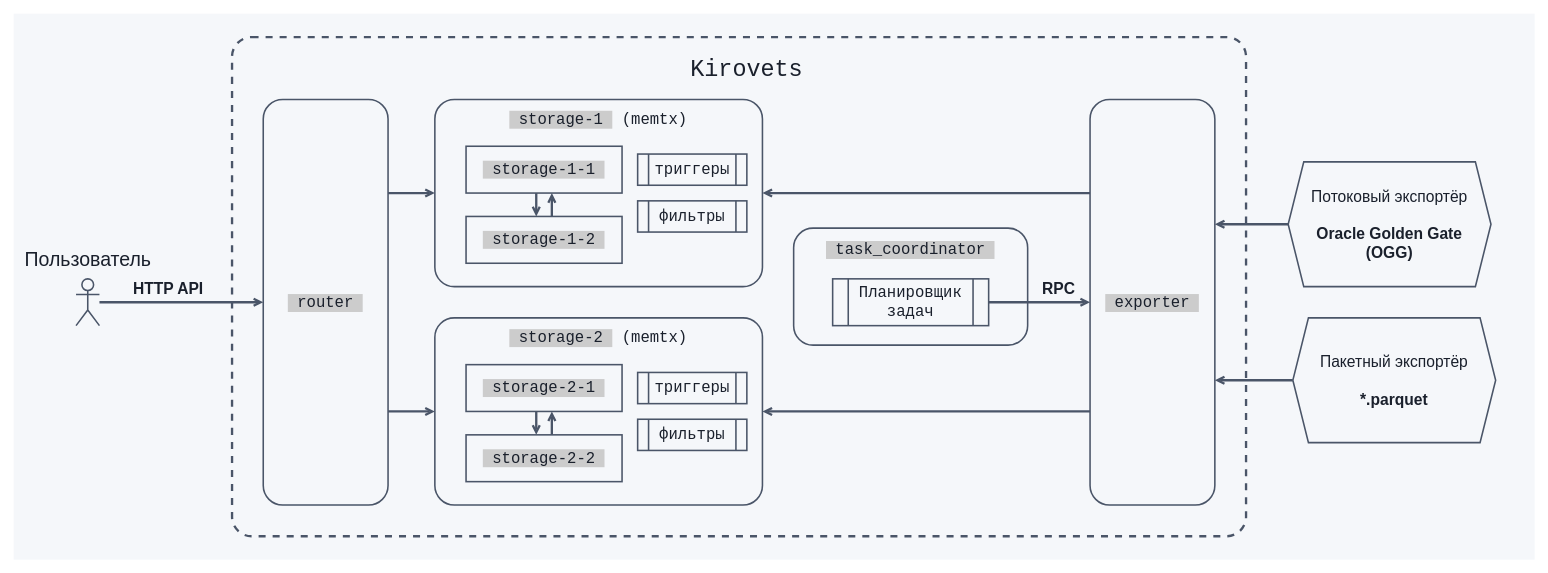
Earlier version of the draw.io diagram docs/docs/images/kirovets/kirovets_diagram.drawio (picodata/picodata). Source tidied: cells renumbered, new cells numbered last; positions are measured from the earlier drawing's top-left corner, leaving out a move shared by most shapes. Both pictures are drawn from the tidied source at 78%, with x=0, y=0 at pixel (13, 13).
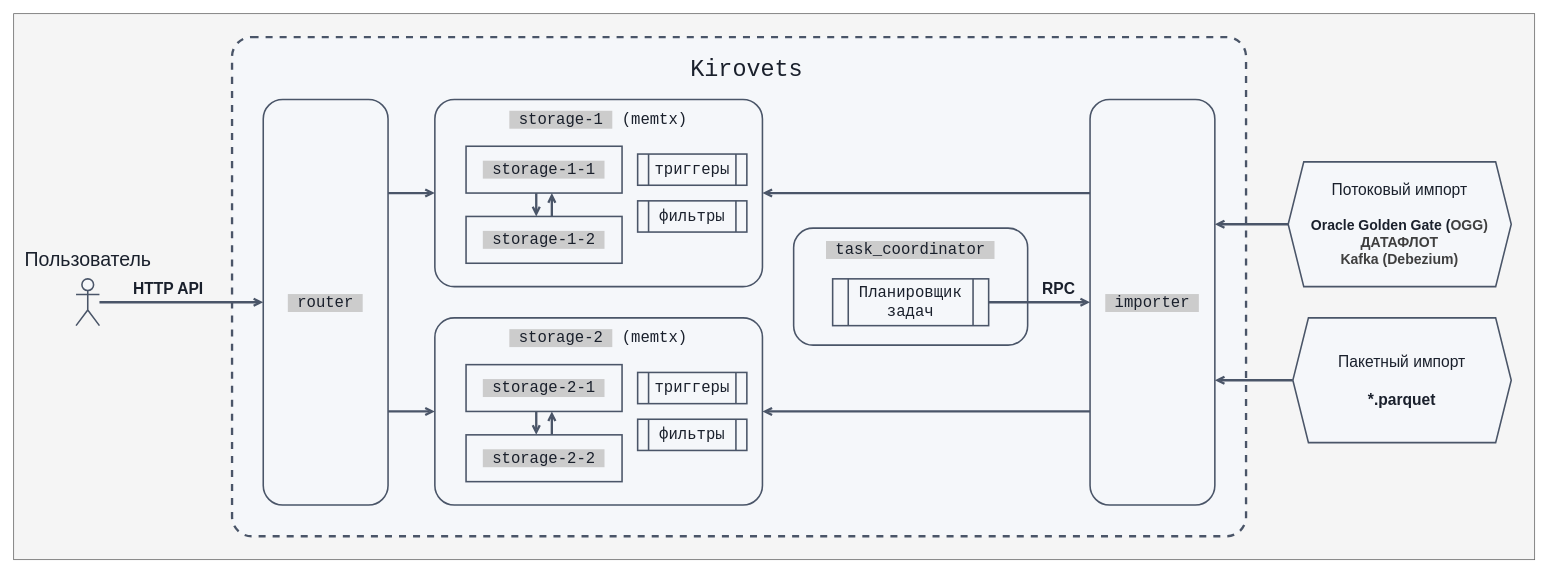
The same diagram, later.

Commit message (it also covers changes not shown here):
docs(kirovets): rename exporter to importer in architecture scheme

Change to the diagram source:
```diff
@@
-    <mxCell id="2" style="rounded=0;whiteSpace=wrap;html=1;fillColor=#F5F7FA;strokeColor=none;" parent="1" vertex="1">
+    <mxCell id="2" style="rounded=0;whiteSpace=wrap;html=1;fillColor=#f5f5f5;fontColor=#333333;strokeColor=#666666;" parent="1" vertex="1">
       <mxGeometry width="1950" height="700" as="geometry" />
     </mxCell>
@@
-    <mxCell id="14" value="&lt;font style=&quot;background-color: rgb(204, 204, 204);&quot; face=&quot;Courier New&quot;&gt;&amp;nbsp;exporter&amp;nbsp;&lt;/font&gt;" style="rounded=1;whiteSpace=wrap;html=1;fontSize=20;spacing=10;strokeWidth=2;verticalAlign=middle;absoluteArcSize=1;arcSize=50;fontColor=#1A202C;strokeColor=#4A5568;fillColor=#F5F7FA;" parent="1" vertex="1">
+    <mxCell id="14" value="&lt;font style=&quot;background-color: rgb(204, 204, 204);&quot; face=&quot;Courier New&quot;&gt;&amp;nbsp;importer&amp;nbsp;&lt;/font&gt;" style="rounded=1;whiteSpace=wrap;html=1;fontSize=20;spacing=10;strokeWidth=2;verticalAlign=middle;absoluteArcSize=1;arcSize=50;fontColor=#1A202C;strokeColor=#4A5568;fillColor=#F5F7FA;" parent="1" vertex="1">
       <mxGeometry x="1380" y="110" width="160" height="520" as="geometry" />
     </mxCell>
@@
-    <mxCell id="26" value="&lt;font style=&quot;color: rgb(26, 32, 44);&quot;&gt;&lt;span style=&quot;font-size: 20px;&quot;&gt;Потоковый&amp;nbsp;&lt;/span&gt;&lt;span style=&quot;font-size: 20px; background-color: transparent;&quot;&gt;экспортёр&lt;/span&gt;&lt;/font&gt;&lt;div style=&quot;font-size: 20px;&quot;&gt;&lt;br&gt;&lt;/div&gt;&lt;div style=&quot;font-size: 20px;&quot;&gt;&lt;span style=&quot;font-weight: 700;&quot;&gt;Oracle Golden Gate&lt;/span&gt;&lt;/div&gt;&lt;div style=&quot;font-size: 20px;&quot;&gt;&lt;span style=&quot;font-weight: 700;&quot;&gt;(OGG)&lt;/span&gt;&lt;/div&gt;" style="shape=hexagon;perimeter=hexagonPerimeter2;whiteSpace=wrap;html=1;fixedSize=1;strokeWidth=2;fontColor=#1A202C;strokeColor=#4A5568;fillColor=#F5F7FA;" parent="1" vertex="1">
-      <mxGeometry x="1634" y="190" width="260" height="160" as="geometry" />
+    <mxCell id="26" value="&lt;font style=&quot;color: rgb(26, 32, 44);&quot;&gt;&lt;span style=&quot;font-size: 20px;&quot;&gt;Потоковый импорт&lt;/span&gt;&lt;/font&gt;&lt;div style=&quot;font-size: 20px;&quot;&gt;&lt;br&gt;&lt;/div&gt;&lt;div style=&quot;&quot;&gt;&lt;font style=&quot;font-size: 18px;&quot;&gt;&lt;span style=&quot;font-weight: 700;&quot;&gt;&lt;font style=&quot;&quot;&gt;Oracle Golden Gate (&lt;/font&gt;&lt;/span&gt;&lt;font style=&quot;color: rgb(63, 63, 63); font-weight: 700; background-color: transparent;&quot;&gt;OGG&lt;/font&gt;&lt;span style=&quot;color: rgb(63, 63, 63); font-weight: 700; background-color: transparent;&quot;&gt;)&lt;/span&gt;&lt;/font&gt;&lt;/div&gt;&lt;div style=&quot;&quot;&gt;&lt;span style=&quot;color: rgb(63, 63, 63); font-weight: 700; background-color: transparent;&quot;&gt;&lt;font style=&quot;font-size: 18px;&quot;&gt;ДАТАФЛОТ&lt;/font&gt;&lt;/span&gt;&lt;/div&gt;&lt;div style=&quot;&quot;&gt;&lt;span style=&quot;color: rgb(63, 63, 63); font-weight: 700; background-color: transparent;&quot;&gt;&lt;font style=&quot;font-size: 18px;&quot;&gt;Kafka (Debezium)&lt;/font&gt;&lt;/span&gt;&lt;/div&gt;" style="shape=hexagon;perimeter=hexagonPerimeter2;whiteSpace=wrap;html=1;fixedSize=1;strokeWidth=2;fontColor=#1A202C;strokeColor=#4A5568;fillColor=#F5F7FA;" parent="1" vertex="1">
+      <mxGeometry x="1634" y="190" width="286" height="160" as="geometry" />
     </mxCell>
@@
-    <mxCell id="28" value="&lt;font style=&quot;color: rgb(26, 32, 44);&quot;&gt;&lt;span style=&quot;font-size: 20px;&quot;&gt;Пакетный&amp;nbsp;&lt;/span&gt;&lt;span style=&quot;font-size: 20px; background-color: transparent;&quot;&gt;экспортёр&lt;/span&gt;&lt;/font&gt;&lt;div style=&quot;font-size: 20px;&quot;&gt;&lt;br&gt;&lt;/div&gt;&lt;div style=&quot;font-size: 20px;&quot;&gt;&lt;b&gt;*.parquet&lt;/b&gt;&lt;/div&gt;" style="shape=hexagon;perimeter=hexagonPerimeter2;whiteSpace=wrap;html=1;fixedSize=1;strokeWidth=2;fontColor=#1A202C;strokeColor=#4A5568;fillColor=#F5F7FA;" parent="1" vertex="1">
-      <mxGeometry x="1640" y="390" width="260" height="160" as="geometry" />
+    <mxCell id="28" value="&lt;font style=&quot;color: rgb(26, 32, 44);&quot;&gt;&lt;span style=&quot;font-size: 20px;&quot;&gt;Пакетный импорт&lt;/span&gt;&lt;/font&gt;&lt;div style=&quot;font-size: 20px;&quot;&gt;&lt;br&gt;&lt;/div&gt;&lt;div style=&quot;font-size: 20px;&quot;&gt;&lt;b&gt;*.parquet&lt;/b&gt;&lt;/div&gt;" style="shape=hexagon;perimeter=hexagonPerimeter2;whiteSpace=wrap;html=1;fixedSize=1;strokeWidth=2;fontColor=#1A202C;strokeColor=#4A5568;fillColor=#F5F7FA;" parent="1" vertex="1">
+      <mxGeometry x="1640" y="390" width="280" height="160" as="geometry" />
     </mxCell>
```
